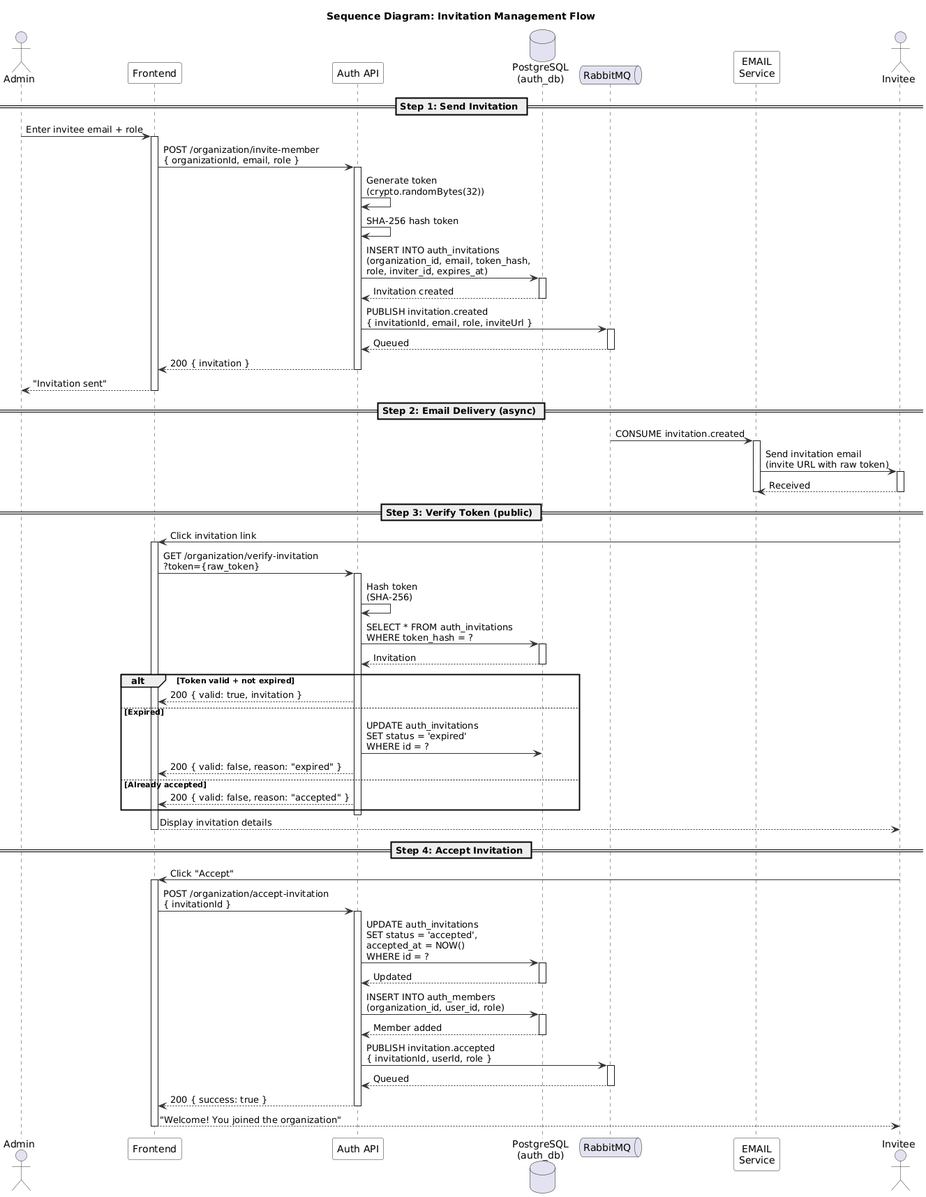
Earlier version of the PlantUML export modules/auth/images/sequence/invitation-sequence.png (namnh240795/document). Its diagram source:
```plantuml
@startuml

skinparam sequence {
  ArrowColor #333333
  ActorBorderColor #333333
  LifeLineBorderColor #333333
  ParticipantBackgroundColor #F8F8F8
  ParticipantBorderColor #333333
}

title Sequence Diagram: Invitation Management Flow

actor Admin
participant "Frontend" as FE
participant "Auth API" as API
database "PostgreSQL\n(auth_db)" as DB
queue "RabbitMQ" as MQ
participant "EMAIL\nService" as Email
actor "Invitee" as Inv

== Step 1: Send Invitation ==

Admin -> FE : Enter invitee email + role
activate FE

FE -> API : POST /organization/invite-member\n{ organizationId, email, role }
activate API

API -> API : Generate token\n(crypto.randomBytes(32))

API -> API : SHA-256 hash token

API -> DB : INSERT INTO auth_invitations\n(organization_id, email, token_hash,\nrole, inviter_id, expires_at)
activate DB
DB --> API : Invitation created
deactivate DB

API -> MQ : PUBLISH invitation.created\n{ invitationId, email, role, inviteUrl }
activate MQ
MQ --> API : Queued
deactivate MQ

API --> FE : 200 { invitation }
deactivate API

FE --> Admin : "Invitation sent"
deactivate FE

== Step 2: Email Delivery (async) ==

MQ -> Email : CONSUME invitation.created
activate Email

Email -> Inv : Send invitation email\n(invite URL with raw token)
activate Inv
Inv --> Email : Received
deactivate Inv

deactivate Email

== Step 3: Verify Token (public) ==

Inv -> FE : Click invitation link
activate FE

FE -> API : GET /organization/verify-invitation\n?token={raw_token}
activate API

API -> API : Hash token\n(SHA-256)

API -> DB : SELECT * FROM auth_invitations\nWHERE token_hash = ?
activate DB
DB --> API : Invitation
deactivate DB

alt Token valid + not expired
  API --> FE : 200 { valid: true, invitation }
else Expired
  API -> DB : UPDATE auth_invitations\nSET status = 'expired'\nWHERE id = ?
  API --> FE : 200 { valid: false, reason: "expired" }
else Already accepted
  API --> FE : 200 { valid: false, reason: "accepted" }
end

deactivate API

FE --> Inv : Display invitation details
deactivate FE

== Step 4: Accept Invitation ==

Inv -> FE : Click "Accept"
activate FE

FE -> API : POST /organization/accept-invitation\n{ invitationId }
activate API

API -> DB : UPDATE auth_invitations\nSET status = 'accepted',\naccepted_at = NOW()\nWHERE id = ?
activate DB
DB --> API : Updated
deactivate DB

API -> DB : INSERT INTO auth_members\n(organization_id, user_id, role)
activate DB
DB --> API : Member added
deactivate DB

API -> MQ : PUBLISH invitation.accepted\n{ invitationId, userId, role }
activate MQ
MQ --> API : Queued
deactivate MQ

API --> FE : 200 { success: true }
deactivate API

FE --> Inv : "Welcome! You joined the organization"
deactivate FE

@enduml
```
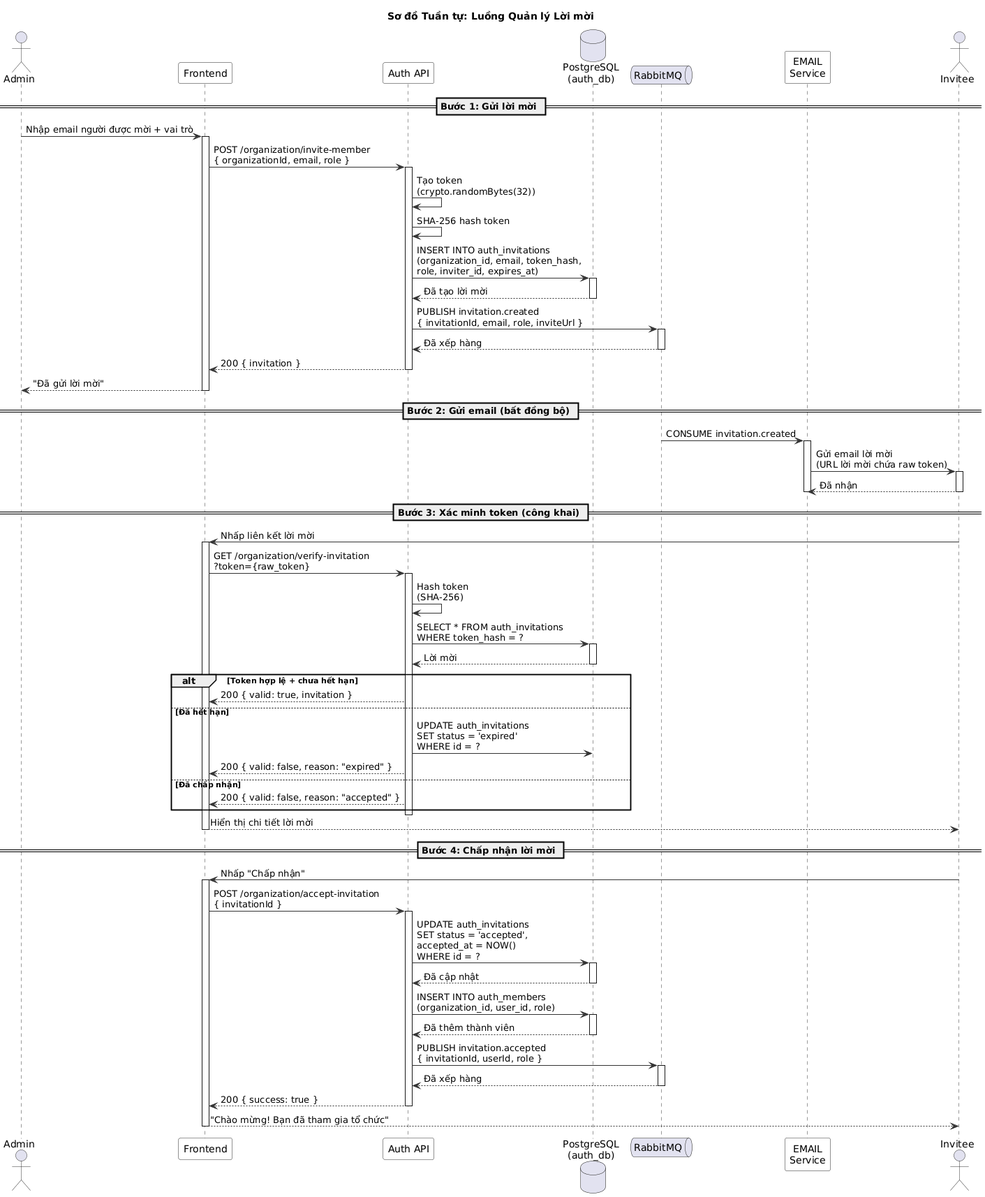
Above is the later version.

The edit, as a diff of the source:
```diff
@@ -8,7 +8,7 @@
   ParticipantBorderColor #333333
 }
 
-title Sequence Diagram: Invitation Management Flow
+title Sơ đồ Tuần tự: Luồng Quản lý Lời mời
 
 actor Admin
 participant "Frontend" as FE
@@ -18,49 +18,49 @@
 participant "EMAIL\nService" as Email
 actor "Invitee" as Inv
 
-== Step 1: Send Invitation ==
+== Bước 1: Gửi lời mời ==
 
-Admin -> FE : Enter invitee email + role
+Admin -> FE : Nhập email người được mời + vai trò
 activate FE
 
 FE -> API : POST /organization/invite-member\n{ organizationId, email, role }
 activate API
 
-API -> API : Generate token\n(crypto.randomBytes(32))
+API -> API : Tạo token\n(crypto.randomBytes(32))
 
 API -> API : SHA-256 hash token
 
 API -> DB : INSERT INTO auth_invitations\n(organization_id, email, token_hash,\nrole, inviter_id, expires_at)
 activate DB
-DB --> API : Invitation created
+DB --> API : Đã tạo lời mời
 deactivate DB
 
 API -> MQ : PUBLISH invitation.created\n{ invitationId, email, role, inviteUrl }
 activate MQ
-MQ --> API : Queued
+MQ --> API : Đã xếp hàng
 deactivate MQ
 
 API --> FE : 200 { invitation }
 deactivate API
 
-FE --> Admin : "Invitation sent"
+FE --> Admin : "Đã gửi lời mời"
 deactivate FE
 
-== Step 2: Email Delivery (async) ==
+== Bước 2: Gửi email (bất đồng bộ) ==
 
 MQ -> Email : CONSUME invitation.created
 activate Email
 
-Email -> Inv : Send invitation email\n(invite URL with raw token)
+Email -> Inv : Gửi email lời mời\n(URL lời mời chứa raw token)
 activate Inv
-Inv --> Email : Received
+Inv --> Email : Đã nhận
 deactivate Inv
 
 deactivate Email
 
-== Step 3: Verify Token (public) ==
+== Bước 3: Xác minh token (công khai) ==
 
-Inv -> FE : Click invitation link
+Inv -> FE : Nhấp liên kết lời mời
 activate FE
 
 FE -> API : GET /organization/verify-invitation\n?token={raw_token}
@@ -70,26 +70,26 @@
 
 API -> DB : SELECT * FROM auth_invitations\nWHERE token_hash = ?
 activate DB
-DB --> API : Invitation
+DB --> API : Lời mời
 deactivate DB
 
-alt Token valid + not expired
+alt Token hợp lệ + chưa hết hạn
   API --> FE : 200 { valid: true, invitation }
-else Expired
+else Đã hết hạn
   API -> DB : UPDATE auth_invitations\nSET status = 'expired'\nWHERE id = ?
   API --> FE : 200 { valid: false, reason: "expired" }
-else Already accepted
+else Đã chấp nhận
   API --> FE : 200 { valid: false, reason: "accepted" }
 end
 
 deactivate API
 
-FE --> Inv : Display invitation details
+FE --> Inv : Hiển thị chi tiết lời mời
 deactivate FE
 
-== Step 4: Accept Invitation ==
+== Bước 4: Chấp nhận lời mời ==
 
-Inv -> FE : Click "Accept"
+Inv -> FE : Nhấp "Chấp nhận"
 activate FE
 
 FE -> API : POST /organization/accept-invitation\n{ invitationId }
@@ -97,23 +97,23 @@
 
 API -> DB : UPDATE auth_invitations\nSET status = 'accepted',\naccepted_at = NOW()\nWHERE id = ?
 activate DB
-DB --> API : Updated
+DB --> API : Đã cập nhật
 deactivate DB
 
 API -> DB : INSERT INTO auth_members\n(organization_id, user_id, role)
 activate DB
-DB --> API : Member added
+DB --> API : Đã thêm thành viên
 deactivate DB
 
 API -> MQ : PUBLISH invitation.accepted\n{ invitationId, userId, role }
 activate MQ
-MQ --> API : Queued
+MQ --> API : Đã xếp hàng
 deactivate MQ
 
 API --> FE : 200 { success: true }
 deactivate API
 
-FE --> Inv : "Welcome! You joined the organization"
+FE --> Inv : "Chào mừng! Bạn đã tham gia tổ chức"
 deactivate FE
 
 @enduml
```
